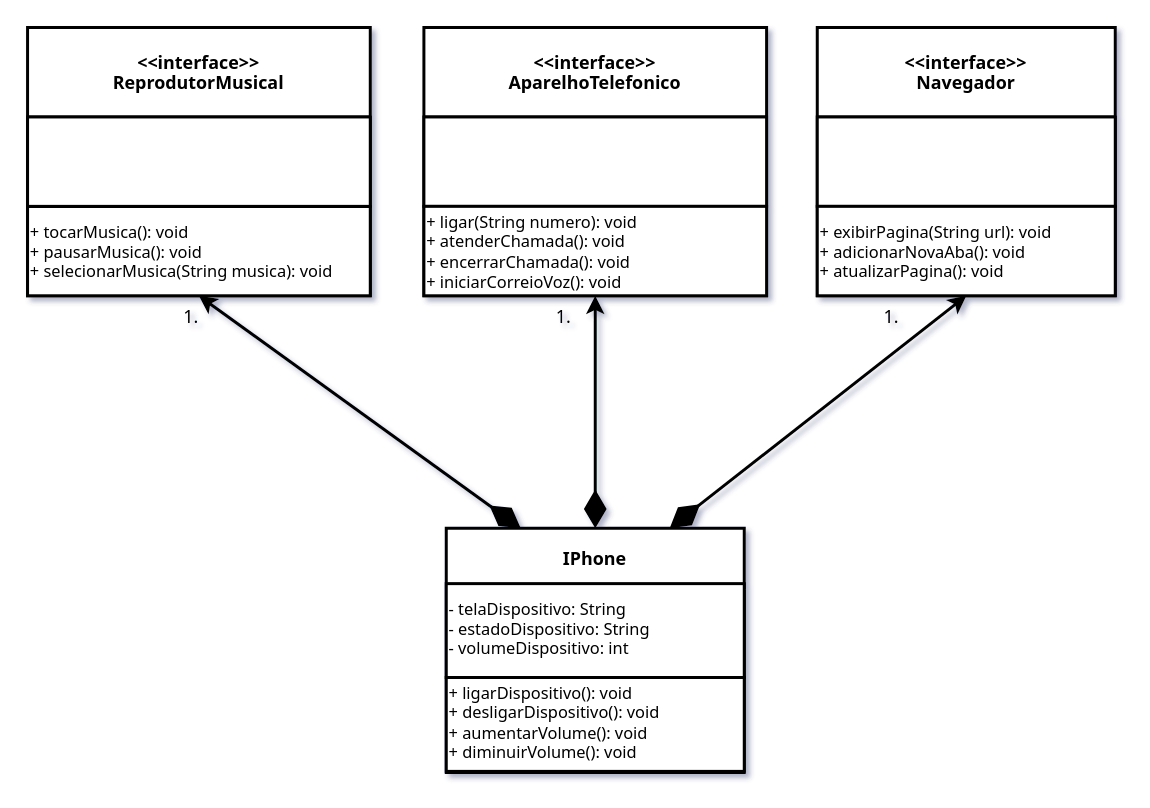
jhonestiago/dio-bootcamp-backend-java keeps this draw.io diagram as labs/dio-lab-modelando-iphone/desafio-modelando-iphone/docs/DiagramaIphone.drawio. Above is the earlier version. Source tidied: cells renumbered, new cells numbered last; positions are measured from the earlier drawing's top-left corner, leaving out a move shared by most shapes. Both pictures are drawn from the tidied source at 149%, with x=0, y=0 at pixel (27, 27).
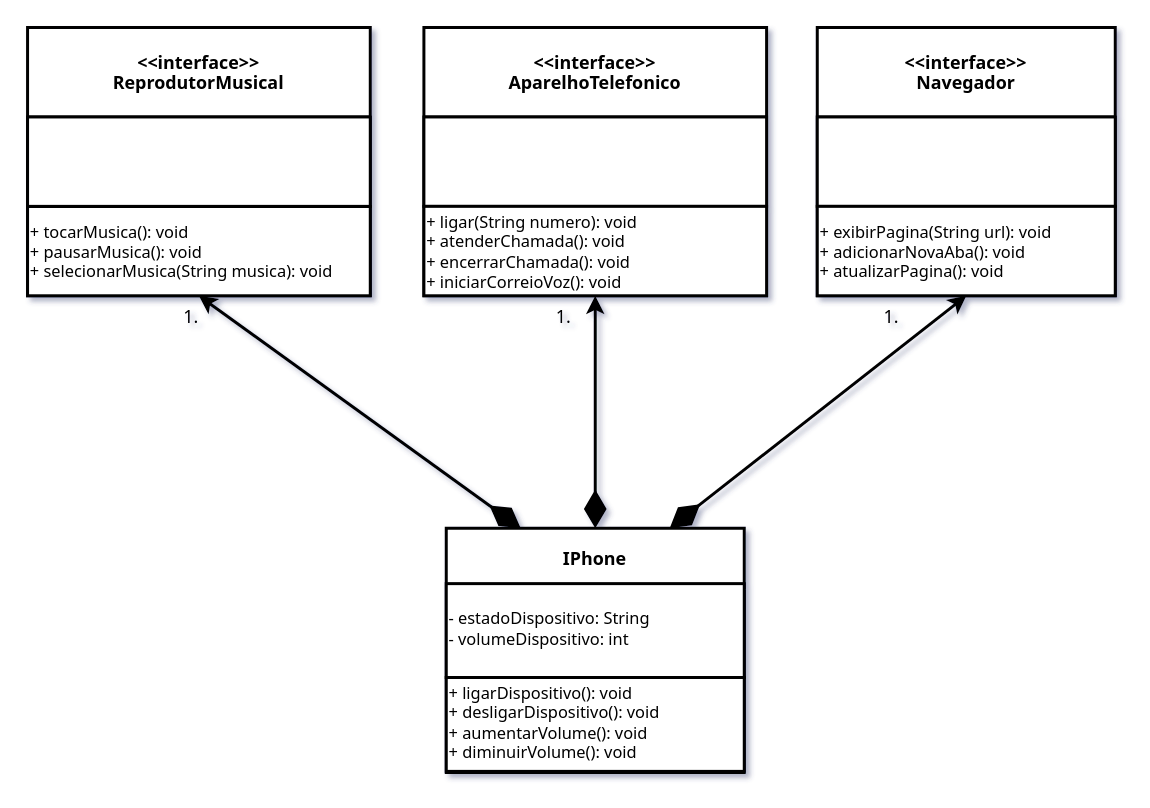
The same diagram, later.

The change refers to these unchanged cells:
```xml
<mxCell id="17" value="IPhone" style="swimlane;startSize=41;fontStyle=1;fillColor=#FFFFFF;strokeColor=#000000;fontColor=#000000;fontFamily=Tahoma;strokeWidth=2;" parent="1" vertex="1">
  <mxGeometry x="281" y="336" width="200" height="164" as="geometry" />
</mxCell>
```

Diff of the diagram source:
```diff
@@
-    <mxCell id="21" value="- telaDispositivo: String&lt;br&gt;- estadoDispositivo: String&lt;br&gt;- volumeDispositivo: int" style="text;html=1;strokeColor=none;fillColor=none;align=left;verticalAlign=middle;whiteSpace=wrap;rounded=0;labelBackgroundColor=none;strokeWidth=2;fontFamily=Tahoma;fontColor=#000000;fontSize=11;" parent="17" vertex="1">
+    <mxCell id="21" value="- estadoDispositivo: String&lt;br&gt;- volumeDispositivo: int" style="text;html=1;strokeColor=none;fillColor=none;align=left;verticalAlign=middle;whiteSpace=wrap;rounded=0;labelBackgroundColor=none;strokeWidth=2;fontFamily=Tahoma;fontColor=#000000;fontSize=11;" parent="17" vertex="1">
       <mxGeometry y="37.2" width="200" height="60" as="geometry" />
     </mxCell>
```
